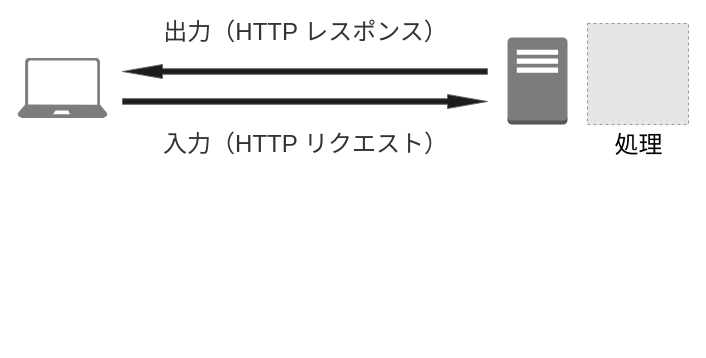
ShoheiImamura/-secure_web_apps_4.2 keeps this draw.io diagram as page "input_process" (6 of 6) of images/画像.drawio. Above is the earlier version. Source tidied: cells renumbered, new cells numbered last; positions are measured from the earlier drawing's top-left corner, leaving out a move shared by most shapes. Both pictures are drawn from the tidied source at 100%, with x=0, y=0 at pixel (17, 23). Pictures stored in the file or linked from it are replaced by grey dashed boxes.
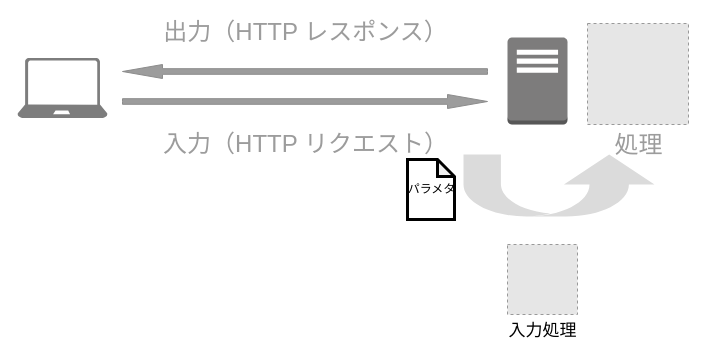
Above is the later version.

Change to the diagram source:
```diff
@@
 <mxGraphModel>
   <root>
     <mxCell id="0" />
     <mxCell id="1" parent="0" />
     <mxCell id="2" style="shadow=0;dashed=0;html=1;strokeColor=none;labelPosition=center;verticalLabelPosition=bottom;verticalAlign=top;align=center;shape=mxgraph.azure.laptop;fillColor=#7D7D7D;fontSize=27;" parent="1" vertex="1">
       <mxGeometry y="34.5" width="90" height="60" as="geometry" />
     </mxCell>
     <mxCell id="3" style="dashed=0;verticalLabelPosition=bottom;verticalAlign=top;align=center;html=1;shape=mxgraph.aws3.traditional_server;fillColor=#7D7C7C;gradientColor=none;fontSize=27;" parent="1" vertex="1">
       <mxGeometry x="490" y="14" width="60" height="87" as="geometry" />
     </mxCell>
-    <mxCell id="4" value="&lt;br style=&quot;font-size: 24px&quot;&gt;入力（HTTP リクエスト）" style="html=1;shadow=0;dashed=0;align=center;verticalAlign=top;shape=mxgraph.arrows2.arrow;dy=0.6;dx=40;notch=0;fontSize=24;fillColor=#1C1C1C;strokeColor=#666666;fontColor=#333333;" parent="1" vertex="1">
+    <mxCell id="4" value="&lt;br style=&quot;font-size: 24px&quot;&gt;入力（HTTP リクエスト）" style="html=1;shadow=0;dashed=0;align=center;verticalAlign=top;shape=mxgraph.arrows2.arrow;dy=0.6;dx=40;notch=0;fontSize=24;fillColor=#9C9C9C;strokeColor=#8C8C8C;fontColor=#9C9C9C;" parent="1" vertex="1">
       <mxGeometry x="105" y="71" width="365" height="14" as="geometry" />
     </mxCell>
-    <mxCell id="5" value="出力（HTTP レスポンス）&lt;br&gt;&amp;nbsp;" style="html=1;shadow=0;dashed=0;align=center;verticalAlign=bottom;shape=mxgraph.arrows2.arrow;dy=0.6;dx=40;flipH=1;notch=0;fontSize=24;fillColor=#1C1C1C;strokeColor=#666666;fontColor=#333333;" parent="1" vertex="1">
+    <mxCell id="5" value="出力（HTTP レスポンス）&lt;br&gt;&amp;nbsp;" style="html=1;shadow=0;dashed=0;align=center;verticalAlign=bottom;shape=mxgraph.arrows2.arrow;dy=0.6;dx=40;flipH=1;notch=0;fontSize=24;fillColor=#9C9C9C;strokeColor=#8C8C8C;fontColor=#9C9C9C;" parent="1" vertex="1">
       <mxGeometry x="105" y="41" width="365" height="14" as="geometry" />
     </mxCell>
-    <mxCell id="6" value="処理" style="fillColor=#E6E6E6;strokeColor=#999999;dashed=1;html=1;verticalAlign=top;verticalLabelPosition=bottom;labelBackgroundColor=#ffffff;fontSize=24;fontColor=#000000;" parent="1" vertex="1">
+    <mxCell id="6" value="処理" style="fillColor=#E6E6E6;strokeColor=#999999;dashed=1;html=1;verticalAlign=top;verticalLabelPosition=bottom;labelBackgroundColor=#ffffff;fontSize=24;fontColor=#9C9C9C;" parent="1" vertex="1">
       <mxGeometry x="570" width="101" height="101" as="geometry" />
     </mxCell>
+    <mxCell id="7" value="入力処理" style="fillColor=#E6E6E6;strokeColor=#999999;dashed=1;html=1;verticalAlign=top;verticalLabelPosition=bottom;labelBackgroundColor=#ffffff;fontColor=#000000;fontSize=17;" parent="1" vertex="1">
+      <mxGeometry x="490" y="221" width="70" height="70" as="geometry" />
+    </mxCell>
+    <mxCell id="8" value="パラメタ" style="shape=note;html=1;backgroundOutline=1;darkOpacity=0.05;strokeColor=#000000;fillColor=none;fontSize=12;fontColor=#000000;size=17;strokeWidth=3;" parent="1" vertex="1">
+      <mxGeometry x="390" y="136" width="47" height="60" as="geometry" />
+    </mxCell>
+    <mxCell id="9" style="shape=mxgraph.arrows.u_turn_down_arrow;html=1;verticalLabelPosition=bottom;verticalAlign=top;strokeWidth=2;strokeColor=none;fillColor=#DBDBDB;fontSize=12;fontColor=#000000;rotation=-180;" parent="1" vertex="1">
+      <mxGeometry x="446" y="131" width="191" height="62" as="geometry" />
+    </mxCell>
   </root>
 </mxGraphModel>
```
